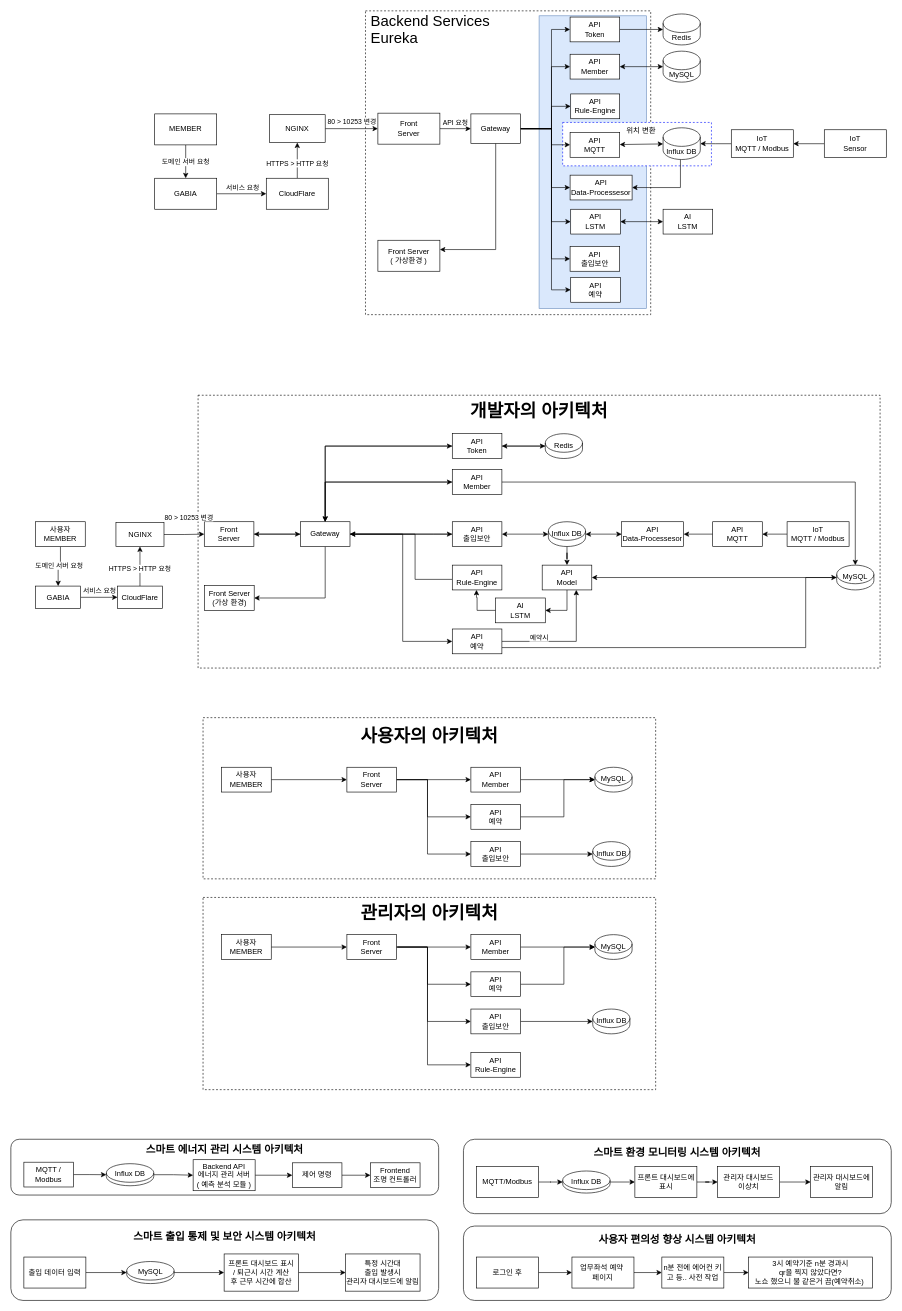
Above: team2-pangyo-coffee-legends.drawio.xml in nhnacademy-aiot2-pangyo-coffee-legends/drawio (draw.io), before the change. Source tidied: cells renumbered, new cells numbered last; positions are measured from the earlier drawing's top-left corner, leaving out a move shared by most shapes. Both pictures are drawn from the tidied source at 62%, with x=0, y=0 at pixel (11, 11).
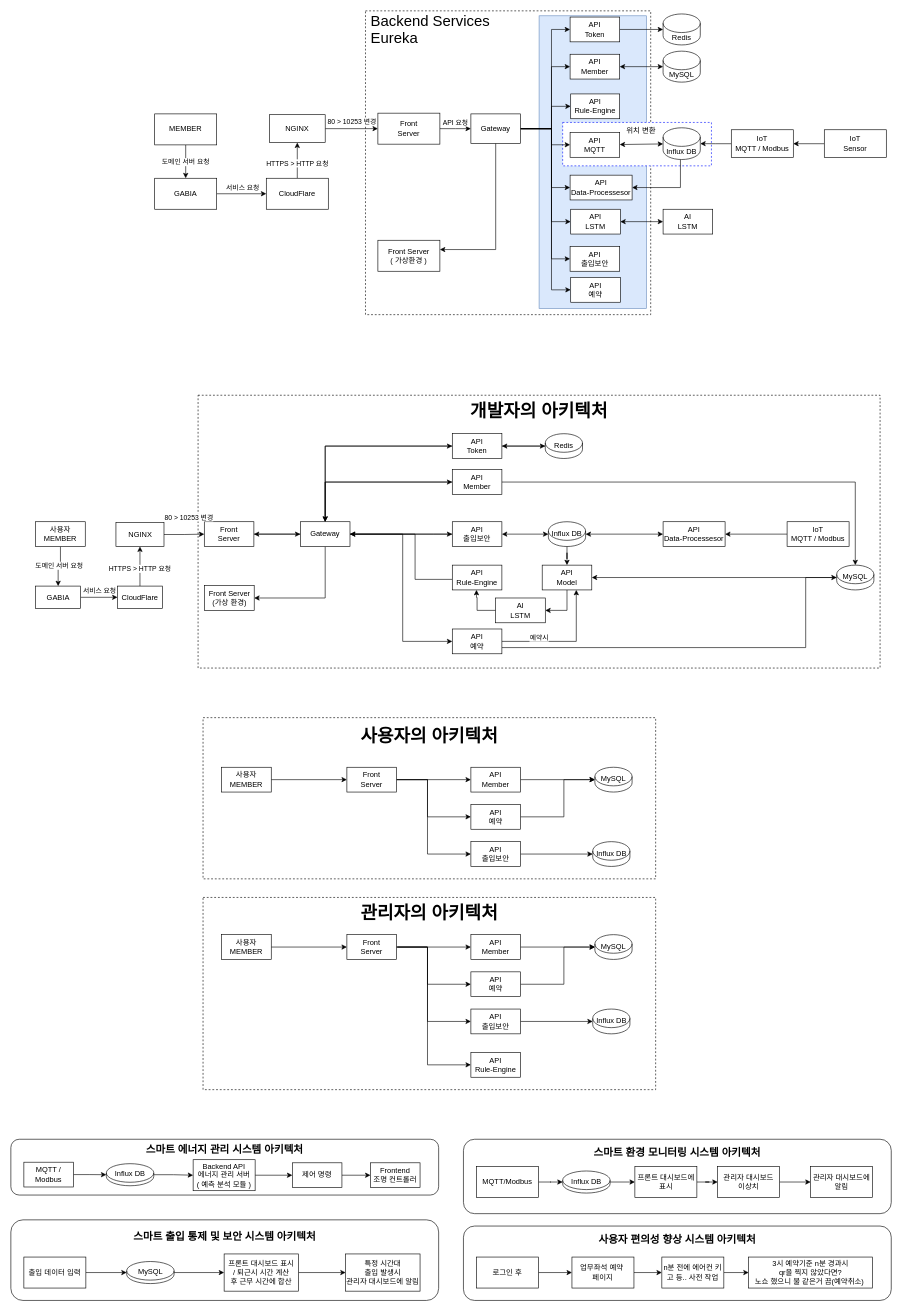
Above is the later version.

Unchanged cells that the change refers to:
```xml
<mxCell id="130" value="&lt;div&gt;IoT&lt;/div&gt;&lt;div&gt;MQTT / Modbus&lt;/div&gt;" style="rounded=0;whiteSpace=wrap;html=1;" parent="1" vertex="1">
  <mxGeometry x="1252" y="824" width="100" height="40" as="geometry" />
</mxCell>
```

The edit, as a diff of the source:
```diff
@@
     <mxCell id="94" value="&lt;div&gt;API&lt;/div&gt;Data-Processesor" style="rounded=0;whiteSpace=wrap;html=1;" parent="1" vertex="1">
-      <mxGeometry x="985.2" y="824" width="100" height="40" as="geometry" />
+      <mxGeometry x="1052" y="824" width="100" height="40" as="geometry" />
     </mxCell>
@@
-    <mxCell id="112" style="edgeStyle=orthogonalEdgeStyle;rounded=0;jettySize=auto;html=1;" parent="1" edge="1" source="113" target="94">
-      <mxGeometry relative="1" as="geometry" />
-    </mxCell>
-    <mxCell id="113" value="&lt;div&gt;API&lt;/div&gt;&lt;div&gt;MQTT&lt;/div&gt;" style="rounded=0;whiteSpace=wrap;html=1;" parent="1" vertex="1">
-      <mxGeometry x="1132" y="824" width="80" height="40" as="geometry" />
-    </mxCell>
@@
-    <mxCell id="129" style="edgeStyle=orthogonalEdgeStyle;rounded=0;jettySize=auto;html=1;" parent="1" edge="1" source="130" target="113">
+    <mxCell id="129" style="edgeStyle=orthogonalEdgeStyle;rounded=0;jettySize=auto;html=1;" parent="1" edge="1" source="130" target="94">
       <mxGeometry relative="1" as="geometry" />
     </mxCell>
```
